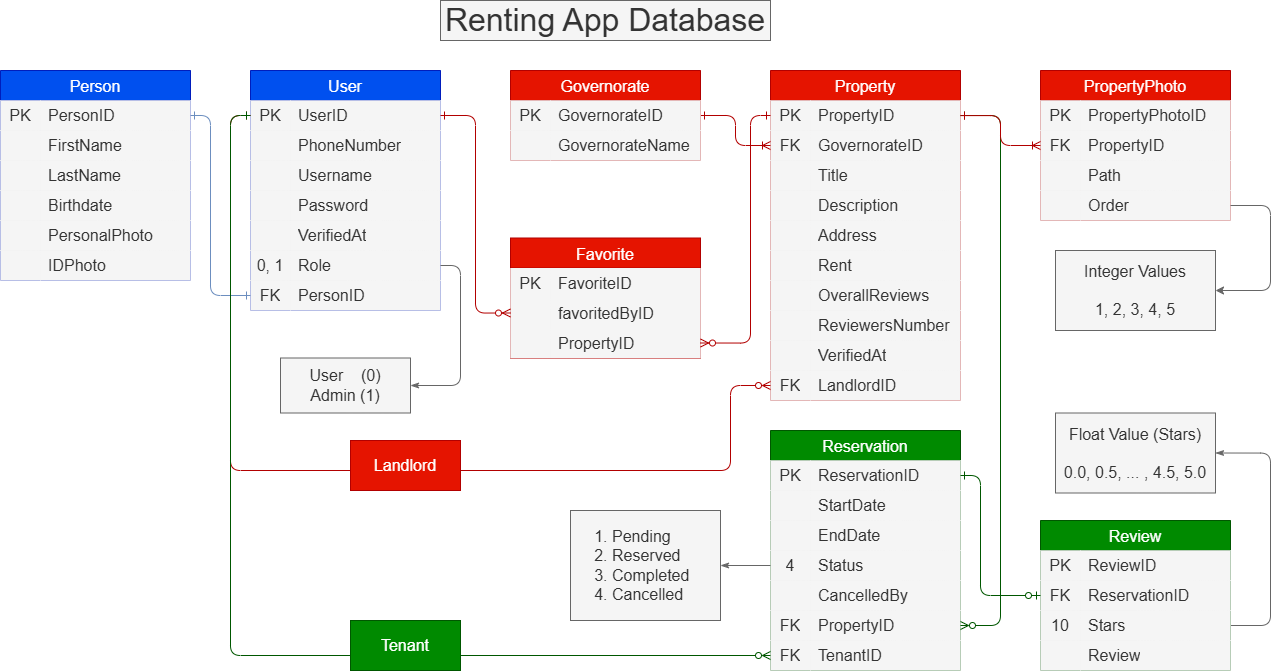
The draw.io diagram database/diagrams/renting_app_database.png in KareemAlHamwi/Renting-App, before a commit. Source tidied: cells renumbered, new cells last; positions are measured from the earlier drawing's top-left corner, leaving out a move shared by most shapes.
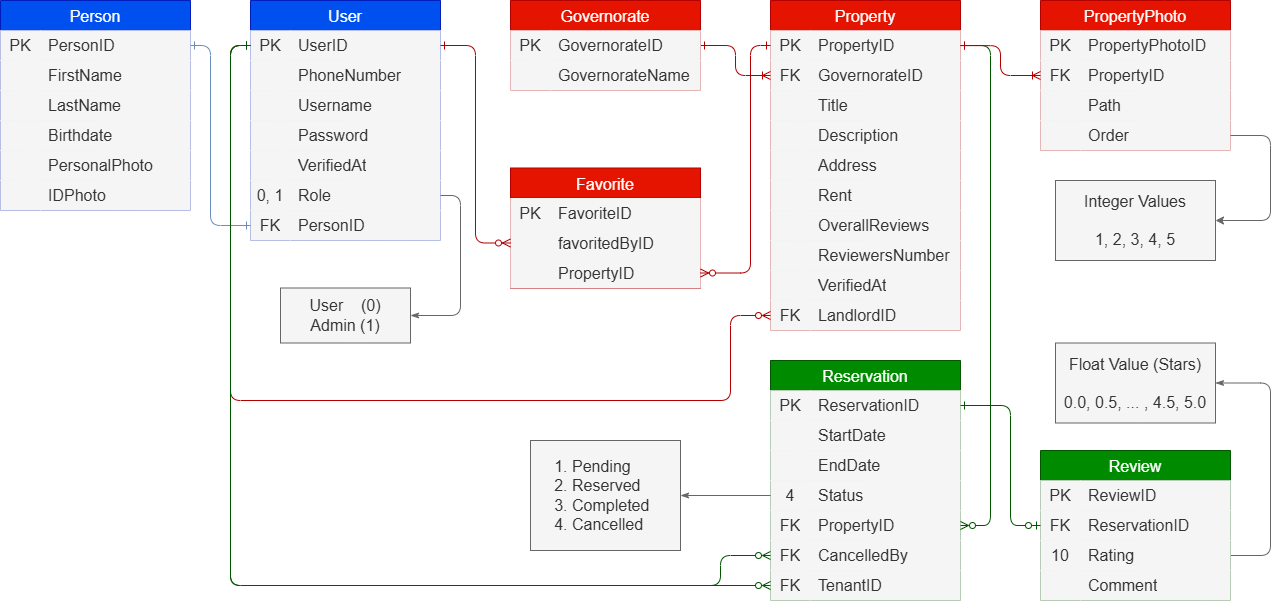
Above is the later version.

The edit, as a diff of the source:
```diff
@@ -257,24 +257,24 @@
     <mxCell id="86" value="Status" style="shape=partialRectangle;html=1;whiteSpace=wrap;fillColor=#f5f5f5;top=0;left=0;bottom=0;right=0;align=left;spacingLeft=6;overflow=hidden;fontSize=16;shadow=0;strokeColor=#666666;fontColor=light-dark(#333333,#FFFFFF);" parent="84" vertex="1">
       <mxGeometry x="40" width="150" height="30" as="geometry" />
     </mxCell>
+    <mxCell id="90" style="shape=tableRow;horizontal=0;startSize=0;swimlaneHead=0;swimlaneBody=0;top=0;left=0;bottom=0;right=0;fillColor=#f5f5f5;points=[[0,0.5],[1,0.5]];portConstraint=eastwest;fontSize=16;shadow=0;strokeColor=#666666;fontColor=light-dark(#333333,#FFFFFF);" parent="74" vertex="1">
+      <mxGeometry y="150" width="190" height="30" as="geometry" />
+    </mxCell>
+    <mxCell id="91" value="FK" style="shape=partialRectangle;html=1;whiteSpace=wrap;fillColor=#f5f5f5;top=0;left=0;bottom=0;right=0;overflow=hidden;fontSize=16;shadow=0;strokeColor=#666666;fontColor=light-dark(#333333,#FFFFFF);" parent="90" vertex="1">
+      <mxGeometry width="40" height="30" as="geometry" />
+    </mxCell>
+    <mxCell id="92" value="PropertyID" style="shape=partialRectangle;html=1;whiteSpace=wrap;fillColor=#f5f5f5;top=0;left=0;bottom=0;right=0;align=left;spacingLeft=6;overflow=hidden;fontSize=16;shadow=0;strokeColor=#666666;fontColor=light-dark(#333333,#FFFFFF);" parent="90" vertex="1">
+      <mxGeometry x="40" width="150" height="30" as="geometry" />
+    </mxCell>
     <mxCell id="87" style="shape=tableRow;horizontal=0;startSize=0;swimlaneHead=0;swimlaneBody=0;top=0;left=0;bottom=0;right=0;fillColor=#f5f5f5;points=[[0,0.5],[1,0.5]];portConstraint=eastwest;fontSize=16;shadow=0;strokeColor=#666666;fontColor=light-dark(#333333,#FFFFFF);" parent="74" vertex="1">
-      <mxGeometry y="150" width="190" height="30" as="geometry" />
+      <mxGeometry y="180" width="190" height="30" as="geometry" />
     </mxCell>
-    <mxCell id="88" style="shape=partialRectangle;html=1;whiteSpace=wrap;fillColor=#f5f5f5;top=0;left=0;bottom=0;right=0;overflow=hidden;fontSize=16;shadow=0;strokeColor=#666666;fontColor=light-dark(#333333,#FFFFFF);" parent="87" vertex="1">
+    <mxCell id="88" value="FK" style="shape=partialRectangle;html=1;whiteSpace=wrap;fillColor=#f5f5f5;top=0;left=0;bottom=0;right=0;overflow=hidden;fontSize=16;shadow=0;strokeColor=#666666;fontColor=light-dark(#333333,#FFFFFF);" parent="87" vertex="1">
       <mxGeometry width="40" height="30" as="geometry" />
     </mxCell>
     <mxCell id="89" value="CancelledBy" style="shape=partialRectangle;html=1;whiteSpace=wrap;fillColor=#f5f5f5;top=0;left=0;bottom=0;right=0;align=left;spacingLeft=6;overflow=hidden;fontSize=16;shadow=0;strokeColor=#666666;fontColor=light-dark(#333333,#FFFFFF);" parent="87" vertex="1">
       <mxGeometry x="40" width="150" height="30" as="geometry" />
     </mxCell>
-    <mxCell id="90" style="shape=tableRow;horizontal=0;startSize=0;swimlaneHead=0;swimlaneBody=0;top=0;left=0;bottom=0;right=0;fillColor=#f5f5f5;points=[[0,0.5],[1,0.5]];portConstraint=eastwest;fontSize=16;shadow=0;strokeColor=#666666;fontColor=light-dark(#333333,#FFFFFF);" parent="74" vertex="1">
-      <mxGeometry y="180" width="190" height="30" as="geometry" />
-    </mxCell>
-    <mxCell id="91" value="FK" style="shape=partialRectangle;html=1;whiteSpace=wrap;fillColor=#f5f5f5;top=0;left=0;bottom=0;right=0;overflow=hidden;fontSize=16;shadow=0;strokeColor=#666666;fontColor=light-dark(#333333,#FFFFFF);" parent="90" vertex="1">
-      <mxGeometry width="40" height="30" as="geometry" />
-    </mxCell>
-    <mxCell id="92" value="PropertyID" style="shape=partialRectangle;html=1;whiteSpace=wrap;fillColor=#f5f5f5;top=0;left=0;bottom=0;right=0;align=left;spacingLeft=6;overflow=hidden;fontSize=16;shadow=0;strokeColor=#666666;fontColor=light-dark(#333333,#FFFFFF);" parent="90" vertex="1">
-      <mxGeometry x="40" width="150" height="30" as="geometry" />
-    </mxCell>
     <mxCell id="93" style="shape=tableRow;horizontal=0;startSize=0;swimlaneHead=0;swimlaneBody=0;top=0;left=0;bottom=0;right=0;fillColor=#f5f5f5;points=[[0,0.5],[1,0.5]];portConstraint=eastwest;fontSize=16;shadow=0;strokeColor=#666666;fontColor=light-dark(#333333,#FFFFFF);" parent="74" vertex="1">
       <mxGeometry y="210" width="190" height="30" as="geometry" />
     </mxCell>
@@ -334,11 +334,11 @@
     <mxCell id="106" value="GovernorateName" style="shape=partialRectangle;html=1;whiteSpace=wrap;fillColor=#f5f5f5;top=0;left=0;bottom=0;right=0;align=left;spacingLeft=6;overflow=hidden;fontSize=16;shadow=0;strokeColor=#666666;fontColor=light-dark(#333333,#FFFFFF);" parent="104" vertex="1">
       <mxGeometry x="40" width="150" height="30" as="geometry" />
     </mxCell>
-    <mxCell id="107" style="edgeStyle=orthogonalEdgeStyle;html=1;exitX=1;exitY=0.5;exitDx=0;exitDy=0;entryX=1;entryY=0.5;entryDx=0;entryDy=0;fontSize=16;startArrow=ERone;startFill=0;endArrow=ERzeroToMany;endFill=0;shadow=0;fillColor=#008a00;fontColor=light-dark(#333333,#FFFFFF);strokeColor=#005700;" parent="1" edge="1" source="44" target="90">
+    <mxCell id="107" style="edgeStyle=orthogonalEdgeStyle;html=1;exitX=1;exitY=0.5;exitDx=0;exitDy=0;fontSize=16;startArrow=ERone;startFill=0;endArrow=ERzeroToMany;endFill=0;shadow=0;fillColor=#008a00;fontColor=light-dark(#333333,#FFFFFF);strokeColor=#005700;entryX=1;entryY=0.5;entryDx=0;entryDy=0;" parent="1" edge="1" source="44" target="90">
       <mxGeometry relative="1" as="geometry">
         <Array as="points">
-          <mxPoint x="1000" y="115" />
-          <mxPoint x="1000" y="625" />
+          <mxPoint x="990" y="115" />
+          <mxPoint x="990" y="595" />
         </Array>
       </mxGeometry>
     </mxCell>
@@ -351,14 +351,11 @@
       </mxGeometry>
     </mxCell>
     <mxCell id="109" value="&lt;ol&gt;&lt;li&gt;&lt;font style=&quot;&quot;&gt;Pending&lt;/font&gt;&lt;/li&gt;&lt;li&gt;&lt;font style=&quot;&quot;&gt;Reserved&lt;/font&gt;&lt;/li&gt;&lt;li&gt;&lt;span style=&quot;background-color: transparent;&quot;&gt;&lt;font style=&quot;&quot;&gt;Completed&lt;/font&gt;&lt;/span&gt;&lt;/li&gt;&lt;li&gt;&lt;span style=&quot;background-color: transparent;&quot;&gt;&lt;font style=&quot;&quot;&gt;Cancelled&lt;/font&gt;&lt;/span&gt;&lt;/li&gt;&lt;/ol&gt;" style="rounded=0;whiteSpace=wrap;html=1;align=left;fontSize=16;shadow=0;fillColor=#f5f5f5;strokeColor=light-dark(#666666,#FFFFFF);fontColor=light-dark(#333333,#FFFFFF);" parent="1" vertex="1">
-      <mxGeometry x="570" y="510" width="150" height="110" as="geometry" />
+      <mxGeometry x="530" y="510" width="150" height="110" as="geometry" />
     </mxCell>
     <mxCell id="110" style="edgeStyle=orthogonalEdgeStyle;html=1;exitX=0;exitY=0.5;exitDx=0;exitDy=0;entryX=1;entryY=0.5;entryDx=0;entryDy=0;endArrow=classicThin;endFill=1;startArrow=none;startFill=0;fontSize=16;shadow=0;fillColor=#f5f5f5;fontColor=light-dark(#333333,#FFFFFF);strokeColor=light-dark(#666666,#FFFFFF);" parent="1" edge="1" source="84" target="109">
       <mxGeometry relative="1" as="geometry" />
     </mxCell>
-    <mxCell id="111" value="&lt;font style=&quot;font-size: 32px;&quot;&gt;Renting App Database&lt;/font&gt;" style="rounded=0;whiteSpace=wrap;html=1;fontSize=16;shadow=0;fillColor=#f5f5f5;strokeColor=#666666;fontColor=#333333;" parent="1" vertex="1">
-      <mxGeometry x="440" width="330" height="40" as="geometry" />
-    </mxCell>
     <mxCell id="112" value="PropertyPhoto" style="shape=table;startSize=30;rowLines=0;fontStyle=0;fontSize=16;shadow=0;fillColor=#e51400;strokeColor=#B20000;fontColor=#ffffff;" parent="1" vertex="1">
       <mxGeometry x="1040" y="70" width="190" height="150" as="geometry" />
     </mxCell>
@@ -434,7 +431,7 @@
     <mxCell id="134" value="10" style="shape=partialRectangle;html=1;whiteSpace=wrap;fillColor=#f5f5f5;top=0;left=0;bottom=0;right=0;overflow=hidden;fontSize=16;shadow=0;strokeColor=#666666;fontColor=light-dark(#333333,#FFFFFF);" parent="133" vertex="1">
       <mxGeometry width="40" height="30" as="geometry" />
     </mxCell>
-    <mxCell id="135" value="Stars" style="shape=partialRectangle;html=1;whiteSpace=wrap;fillColor=#f5f5f5;top=0;left=0;bottom=0;right=0;align=left;spacingLeft=6;overflow=hidden;fontSize=16;shadow=0;strokeColor=#666666;fontColor=light-dark(#333333,#FFFFFF);" parent="133" vertex="1">
+    <mxCell id="135" value="Rating" style="shape=partialRectangle;html=1;whiteSpace=wrap;fillColor=#f5f5f5;top=0;left=0;bottom=0;right=0;align=left;spacingLeft=6;overflow=hidden;fontSize=16;shadow=0;strokeColor=#666666;fontColor=light-dark(#333333,#FFFFFF);" parent="133" vertex="1">
       <mxGeometry x="40" width="150" height="30" as="geometry" />
     </mxCell>
     <mxCell id="136" style="shape=tableRow;horizontal=0;startSize=0;swimlaneHead=0;swimlaneBody=0;top=0;left=0;bottom=0;right=0;fillColor=#f5f5f5;fontSize=16;shadow=0;strokeColor=#666666;fontColor=light-dark(#333333,#FFFFFF);" parent="126" vertex="1">
@@ -443,14 +440,14 @@
     <mxCell id="137" style="shape=partialRectangle;html=1;whiteSpace=wrap;fillColor=#f5f5f5;top=0;left=0;bottom=0;right=0;overflow=hidden;fontSize=16;shadow=0;strokeColor=#666666;fontColor=light-dark(#333333,#FFFFFF);" parent="136" vertex="1">
       <mxGeometry width="40" height="30" as="geometry" />
     </mxCell>
-    <mxCell id="138" value="Review" style="shape=partialRectangle;html=1;whiteSpace=wrap;fillColor=#f5f5f5;top=0;left=0;bottom=0;right=0;align=left;spacingLeft=6;overflow=hidden;fontSize=16;shadow=0;strokeColor=#666666;fontColor=light-dark(#333333,#FFFFFF);" parent="136" vertex="1">
+    <mxCell id="138" value="Comment" style="shape=partialRectangle;html=1;whiteSpace=wrap;fillColor=#f5f5f5;top=0;left=0;bottom=0;right=0;align=left;spacingLeft=6;overflow=hidden;fontSize=16;shadow=0;strokeColor=#666666;fontColor=light-dark(#333333,#FFFFFF);" parent="136" vertex="1">
       <mxGeometry x="40" width="150" height="30" as="geometry" />
     </mxCell>
     <mxCell id="139" style="edgeStyle=orthogonalEdgeStyle;html=1;exitX=0;exitY=0.5;exitDx=0;exitDy=0;startArrow=ERzeroToOne;startFill=0;endArrow=ERone;endFill=0;fillColor=#008a00;fontColor=light-dark(#333333,#FFFFFF);strokeColor=#005700;entryX=1;entryY=0.5;entryDx=0;entryDy=0;" parent="1" edge="1" source="130" target="75">
       <mxGeometry relative="1" as="geometry">
         <Array as="points">
-          <mxPoint x="980" y="595" />
-          <mxPoint x="980" y="475" />
+          <mxPoint x="1010" y="595" />
+          <mxPoint x="1010" y="475" />
         </Array>
       </mxGeometry>
     </mxCell>
@@ -520,11 +517,16 @@
     <mxCell id="156" style="edgeStyle=orthogonalEdgeStyle;html=1;exitX=0;exitY=0.5;exitDx=0;exitDy=0;entryX=1;entryY=0.5;entryDx=0;entryDy=0;strokeColor=light-dark(#b20000, #d7817e);fillColor=#f8cecc;startArrow=ERzeroToMany;startFill=0;endArrow=ERone;endFill=0;" parent="1" edge="1" source="149" target="22">
       <mxGeometry relative="1" as="geometry" />
     </mxCell>
-    <mxCell id="157" value="&lt;span style=&quot;color: rgb(255, 255, 255); font-size: 16px; text-wrap-mode: nowrap;&quot;&gt;Landlord&lt;/span&gt;" style="rounded=0;whiteSpace=wrap;html=1;fillColor=#e51400;strokeColor=#B20000;fontColor=#ffffff;" parent="1" vertex="1">
-      <mxGeometry x="350" y="440" width="110" height="50" as="geometry" />
-    </mxCell>
-    <mxCell id="158" value="&lt;span style=&quot;color: rgb(255, 255, 255); font-size: 16px; text-wrap-mode: nowrap;&quot;&gt;Tenant&lt;/span&gt;" style="rounded=0;whiteSpace=wrap;html=1;fillColor=#008a00;strokeColor=#005700;fontColor=#ffffff;" parent="1" vertex="1">
-      <mxGeometry x="350" y="620" width="110" height="50" as="geometry" />
-    </mxCell>
+    <mxCell id="159" style="edgeStyle=orthogonalEdgeStyle;html=1;exitX=0;exitY=0.5;exitDx=0;exitDy=0;fontSize=16;startArrow=ERone;startFill=0;endArrow=ERzeroToMany;endFill=0;shadow=0;fillColor=#008a00;fontColor=light-dark(#333333,#FFFFFF);strokeColor=#005700;entryX=0;entryY=0.5;entryDx=0;entryDy=0;" parent="1" edge="1" target="87">
+      <mxGeometry relative="1" as="geometry">
+        <mxPoint x="250" y="115" as="sourcePoint" />
+        <Array as="points">
+          <mxPoint x="230" y="115" />
+          <mxPoint x="230" y="655" />
+          <mxPoint x="720" y="655" />
+          <mxPoint x="720" y="625" />
+        </Array>
+      </mxGeometry>
+    </mxCell>
   </root>
 </mxGraphModel>
```
